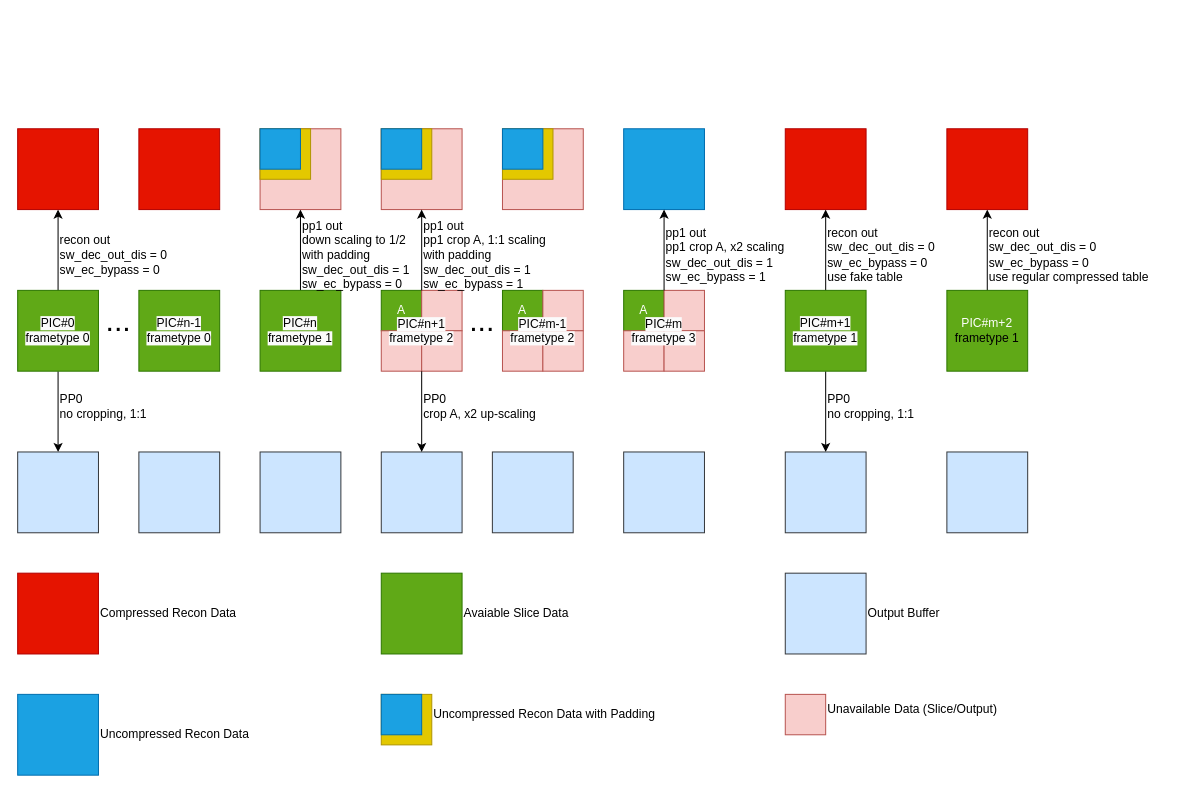
Above: flexible_compression.drawio in chenmin82/diagrams (draw.io), before the change. Source tidied: cells renumbered, new cells numbered last; positions are measured from the earlier drawing's top-left corner, leaving out a move shared by most shapes. Both pictures are drawn from the tidied source at 101%, with x=0, y=0 at pixel (17, 128).
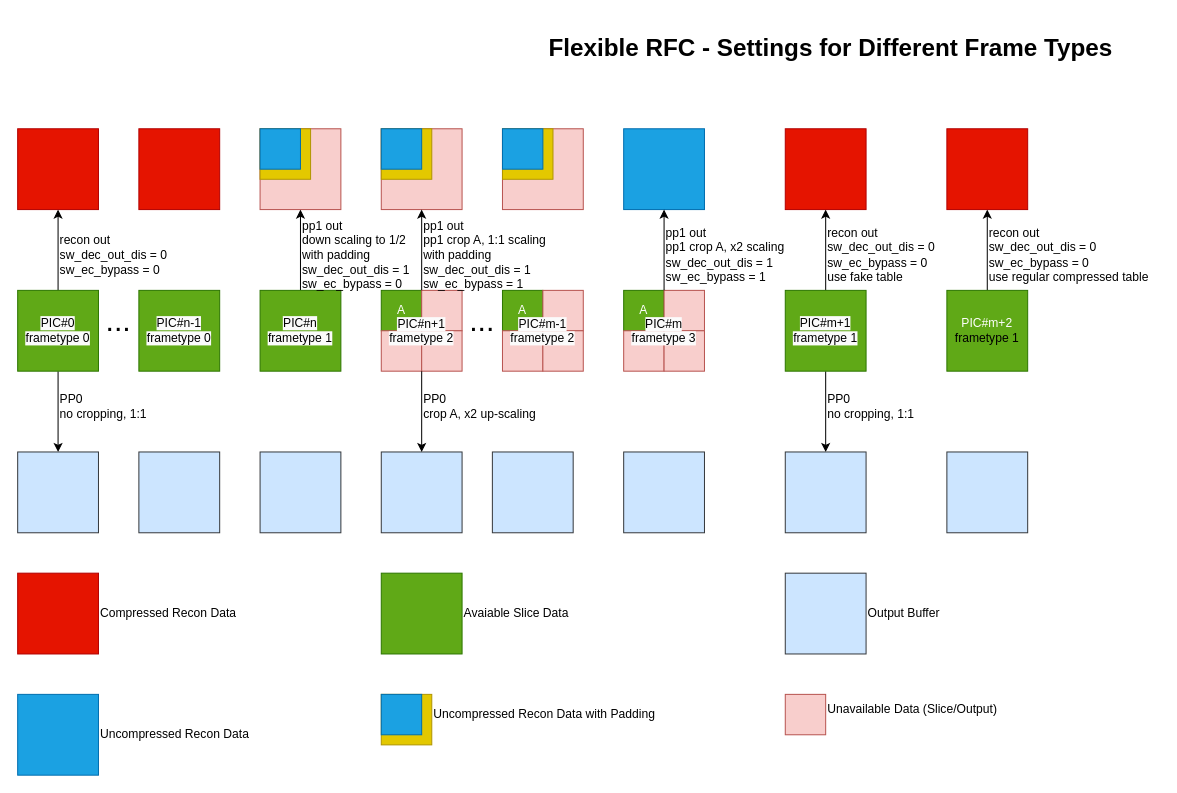
After the change.

Diff of the diagram source:
```diff
@@
+    <mxCell id="80" value="&lt;h1&gt;&lt;span style=&quot;background-color: initial;&quot;&gt;Flexible RFC - Settings for Different Frame Types&lt;/span&gt;&lt;br&gt;&lt;/h1&gt;" style="text;html=1;strokeColor=none;fillColor=none;spacing=5;spacingTop=-20;whiteSpace=wrap;overflow=hidden;rounded=0;" parent="1" vertex="1">
+      <mxGeometry x="521" y="-100" width="570" height="60" as="geometry" />
+    </mxCell>
```
